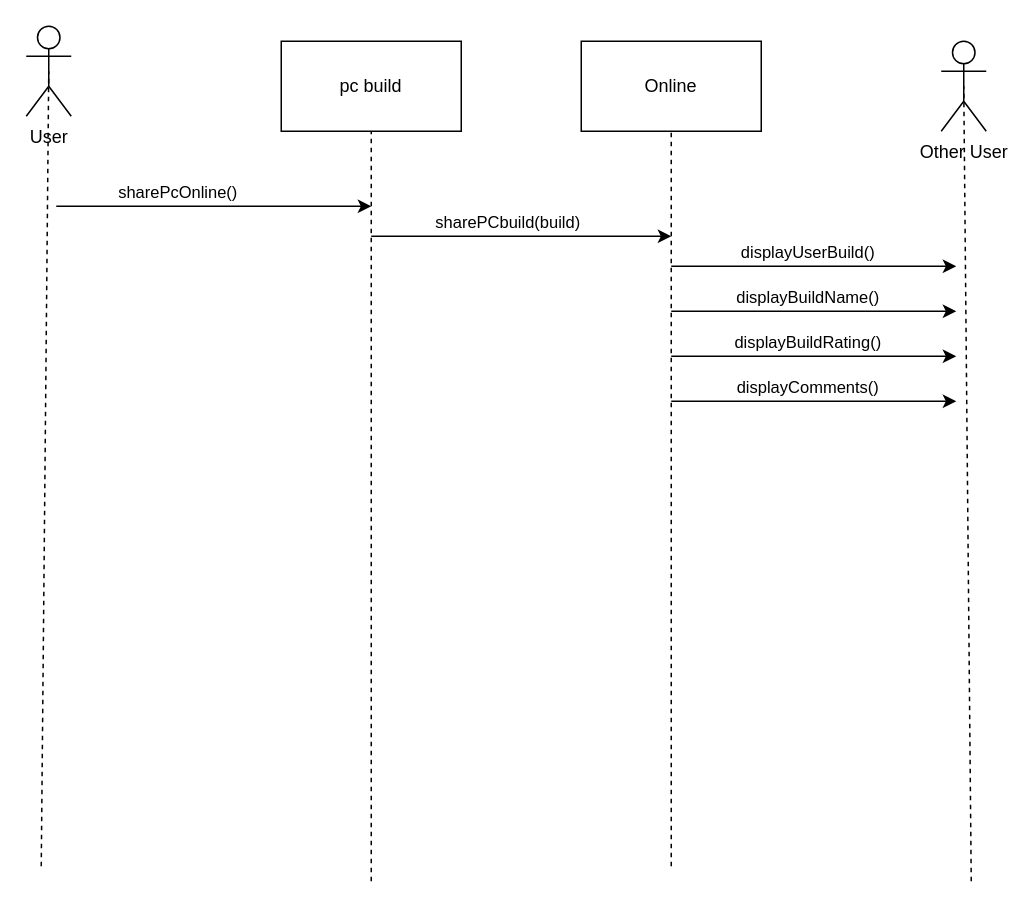
Above: SSD models/share build.drawio in Fusedoom/Three-Stooges (draw.io), before the change. Source tidied: cells renumbered, new cells numbered last; positions are measured from the earlier drawing's top-left corner, leaving out a move shared by most shapes. Both pictures are drawn from the tidied source at 150%, with x=0, y=0 at pixel (26, 26).
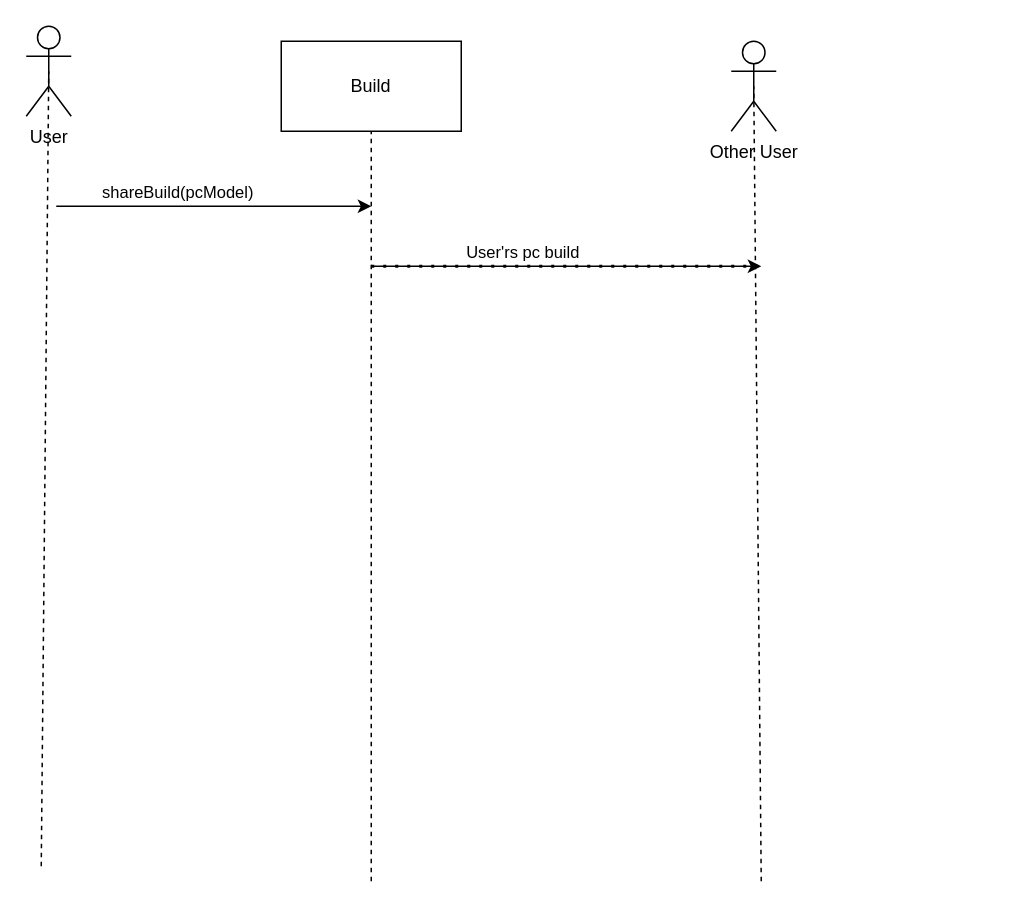
The same page after the edit.

The change refers to these unchanged cells:
```xml
<mxCell id="6" style="endArrow=classic;html=1;rounded=0;" parent="1" edge="1">
  <mxGeometry relative="1" as="geometry">
    <mxPoint x="20" y="120" as="sourcePoint" />
    <mxPoint x="230" y="120" as="targetPoint" />
  </mxGeometry>
</mxCell>
```

Diff of the diagram source:
```diff
@@
-    <mxCell id="3" value="pc build" style="rounded=0;whiteSpace=wrap;html=1;" parent="1" vertex="1">
+    <mxCell id="3" value="Build" style="rounded=0;whiteSpace=wrap;html=1;" parent="1" vertex="1">
       <mxGeometry x="170" y="10" width="120" height="60" as="geometry" />
     </mxCell>
@@
-    <mxCell id="7" value="sharePcOnline()" style="edgeLabel;html=1;align=center;verticalAlign=middle;" parent="6" vertex="1">
+    <mxCell id="7" value="shareBuild(pcModel)" style="edgeLabel;html=1;align=center;verticalAlign=middle;" parent="6" vertex="1">
       <mxGeometry x="-0.24" y="1" relative="1" as="geometry">
         <mxPoint y="-9" as="offset" />
       </mxGeometry>
     </mxCell>
-    <mxCell id="8" value="Online" style="rounded=0;whiteSpace=wrap;html=1;" parent="1" vertex="1">
-      <mxGeometry x="370" y="10" width="120" height="60" as="geometry" />
-    </mxCell>
-    <mxCell id="9" style="endArrow=none;dashed=1;html=1;rounded=0;entryX=0.5;entryY=1;entryDx=0;entryDy=0;" parent="1" edge="1" target="8">
-      <mxGeometry relative="1" as="geometry">
-        <mxPoint x="430" y="560" as="sourcePoint" />
-      </mxGeometry>
-    </mxCell>
-    <mxCell id="10" style="endArrow=classic;html=1;rounded=0;" parent="1" edge="1">
-      <mxGeometry relative="1" as="geometry">
-        <mxPoint x="230" y="140" as="sourcePoint" />
-        <mxPoint x="430" y="140" as="targetPoint" />
-      </mxGeometry>
-    </mxCell>
-    <mxCell id="11" value="sharePCbuild(build)" style="edgeLabel;html=1;align=center;verticalAlign=middle;" parent="10" vertex="1">
-      <mxGeometry x="0.1" y="1" relative="1" as="geometry">
-        <mxPoint x="-20" y="-9" as="offset" />
-      </mxGeometry>
-    </mxCell>
     <mxCell id="12" value="Other User" style="shape=umlActor;verticalLabelPosition=bottom;verticalAlign=top;html=1;outlineConnect=0;" parent="1" vertex="1">
-      <mxGeometry x="610" y="10" width="30" height="60" as="geometry" />
+      <mxGeometry x="470" y="10" width="30" height="60" as="geometry" />
     </mxCell>
     <mxCell id="13" style="endArrow=none;dashed=1;html=1;rounded=0;entryX=0.5;entryY=0.5;entryDx=0;entryDy=0;entryPerimeter=0;" parent="1" edge="1" target="12">
       <mxGeometry relative="1" as="geometry">
-        <mxPoint x="630" y="570" as="sourcePoint" />
+        <mxPoint x="490" y="570" as="sourcePoint" />
       </mxGeometry>
     </mxCell>
     <mxCell id="14" style="endArrow=classic;html=1;rounded=0;" parent="1" edge="1">
       <mxGeometry relative="1" as="geometry">
-        <mxPoint x="430" y="160" as="sourcePoint" />
-        <mxPoint x="620" y="160" as="targetPoint" />
+        <mxPoint x="230" y="160" as="sourcePoint" />
+        <mxPoint x="490" y="160" as="targetPoint" />
       </mxGeometry>
     </mxCell>
-    <mxCell id="15" value="displayUserBuild()" style="edgeLabel;html=1;align=center;verticalAlign=middle;" parent="14" vertex="1">
-      <mxGeometry x="-0.2" y="-2" relative="1" as="geometry">
-        <mxPoint x="14" y="-12" as="offset" />
-      </mxGeometry>
-    </mxCell>
-    <mxCell id="16" style="endArrow=classic;html=1;rounded=0;" parent="1" edge="1">
-      <mxGeometry relative="1" as="geometry">
-        <mxPoint x="430" y="190" as="sourcePoint" />
-        <mxPoint x="620" y="190" as="targetPoint" />
-      </mxGeometry>
-    </mxCell>
-    <mxCell id="17" value="displayBuildName()" style="edgeLabel;html=1;align=center;verticalAlign=middle;" parent="16" vertex="1">
-      <mxGeometry x="-0.15" y="1" relative="1" as="geometry">
-        <mxPoint x="9" y="-9" as="offset" />
-      </mxGeometry>
-    </mxCell>
-    <mxCell id="18" style="endArrow=classic;html=1;rounded=0;" parent="1" edge="1">
-      <mxGeometry relative="1" as="geometry">
-        <mxPoint x="430" y="220" as="sourcePoint" />
-        <mxPoint x="620" y="220" as="targetPoint" />
-      </mxGeometry>
-    </mxCell>
-    <mxCell id="19" value="displayBuildRating()" style="edgeLabel;html=1;align=center;verticalAlign=middle;" parent="18" vertex="1">
-      <mxGeometry x="-0.28" y="-3" relative="1" as="geometry">
-        <mxPoint x="22" y="-13" as="offset" />
-      </mxGeometry>
-    </mxCell>
-    <mxCell id="20" style="endArrow=classic;html=1;rounded=0;" parent="1" edge="1">
-      <mxGeometry relative="1" as="geometry">
-        <mxPoint x="430" y="250" as="sourcePoint" />
-        <mxPoint x="620" y="250" as="targetPoint" />
-      </mxGeometry>
-    </mxCell>
-    <mxCell id="21" value="displayComments()" style="edgeLabel;html=1;align=center;verticalAlign=middle;" parent="20" vertex="1">
-      <mxGeometry x="0.24" y="-2" relative="1" as="geometry">
-        <mxPoint x="-28" y="-12" as="offset" />
-      </mxGeometry>
-    </mxCell>
+    <mxCell id="22" value="User'rs pc build" style="edgeLabel;html=1;align=center;verticalAlign=middle;" parent="14" vertex="1">
+      <mxGeometry x="-0.09" y="-1" relative="1" as="geometry">
+        <mxPoint x="-18" y="-11" as="offset" />
+      </mxGeometry>
+    </mxCell>
+    <mxCell id="23" style="endArrow=none;dashed=1;html=1;dashPattern=1 3;strokeWidth=2;rounded=0;" parent="1" edge="1">
+      <mxGeometry relative="1" as="geometry">
+        <mxPoint x="230" y="160" as="sourcePoint" />
+        <mxPoint x="490" y="160" as="targetPoint" />
+      </mxGeometry>
+    </mxCell>
```
